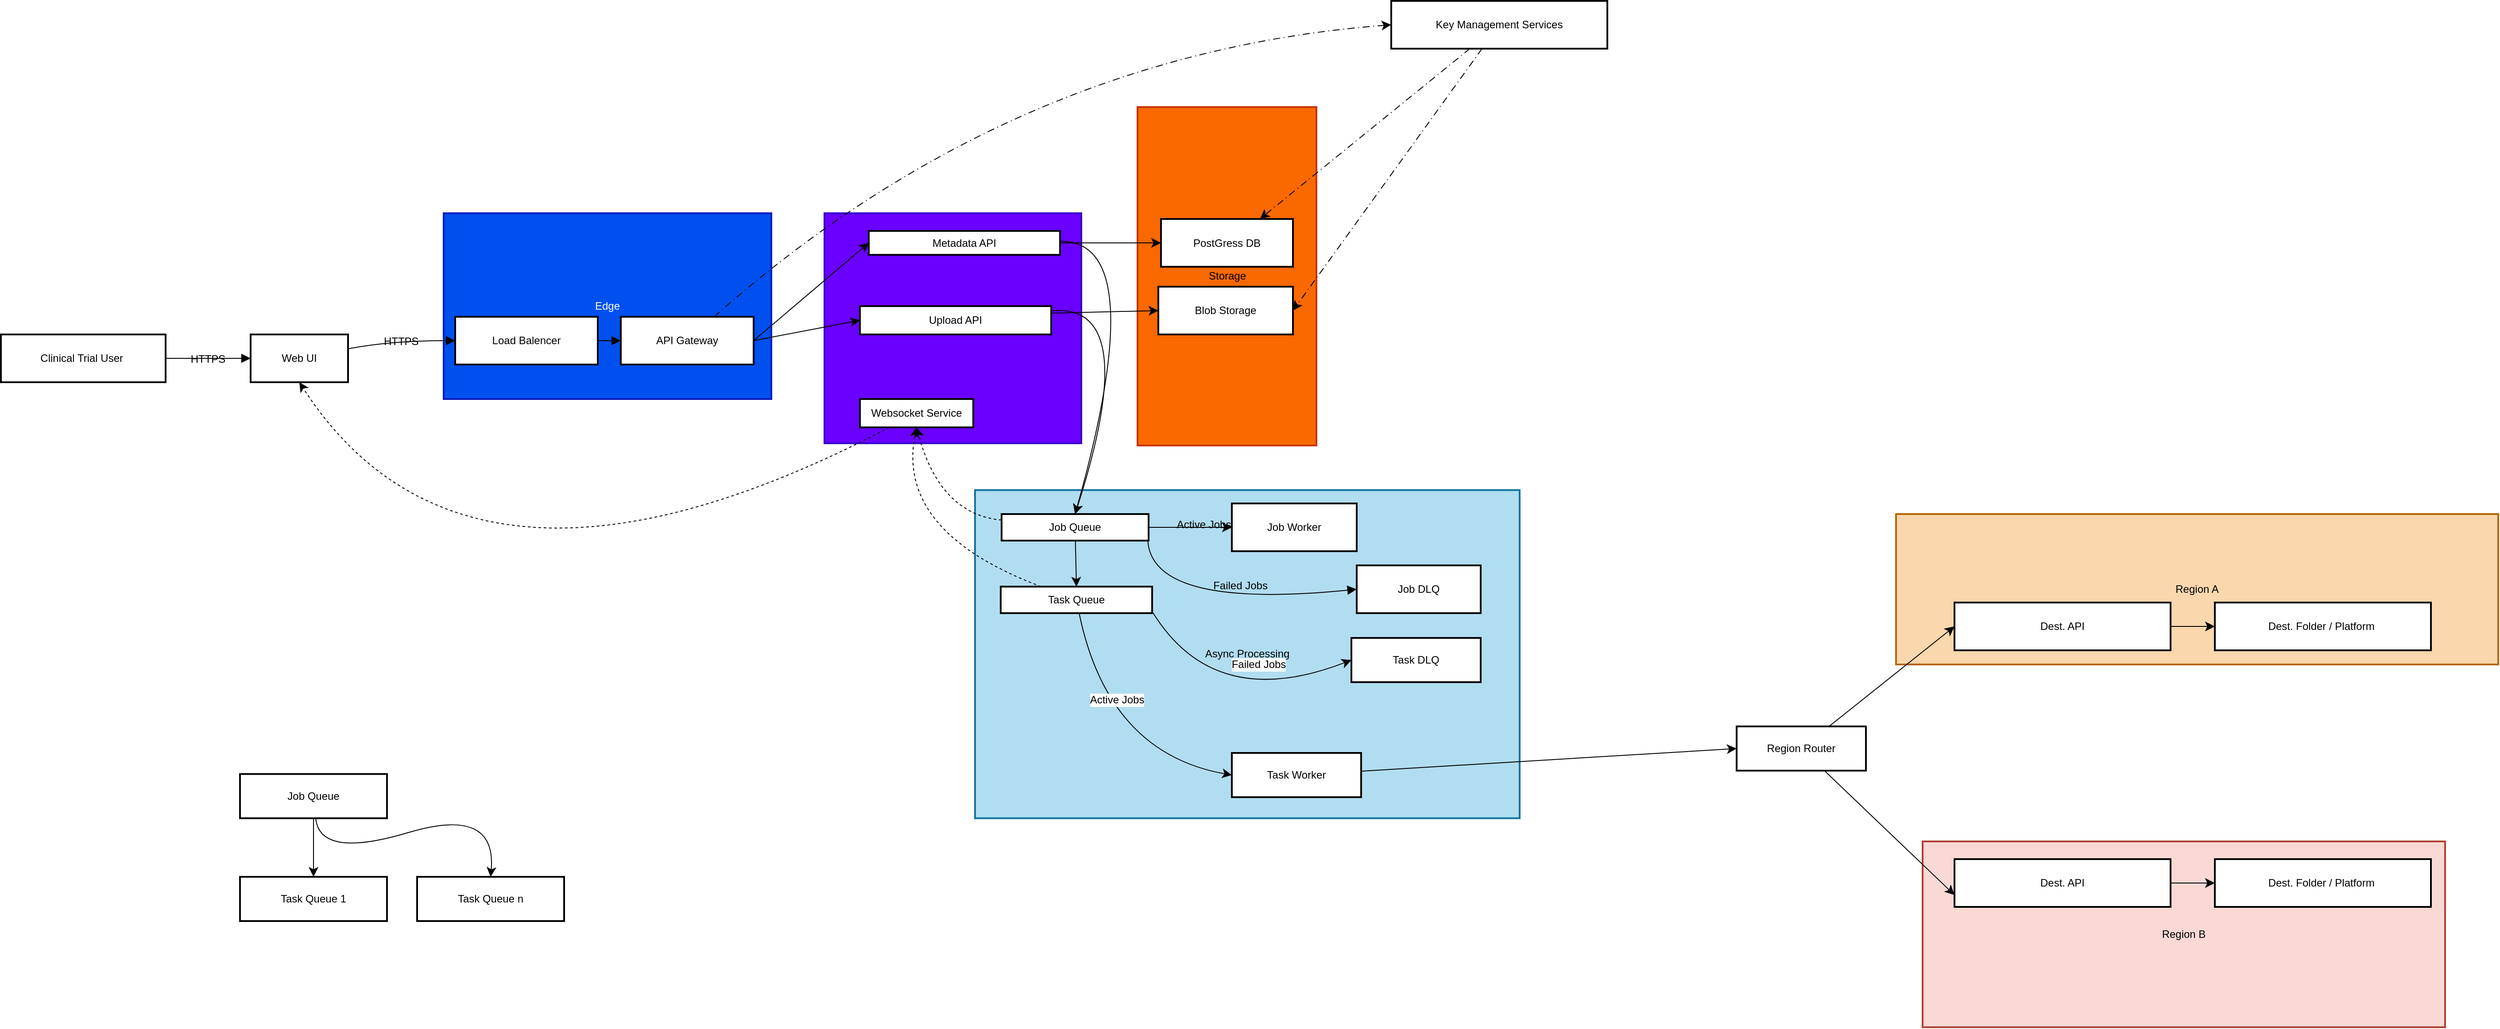
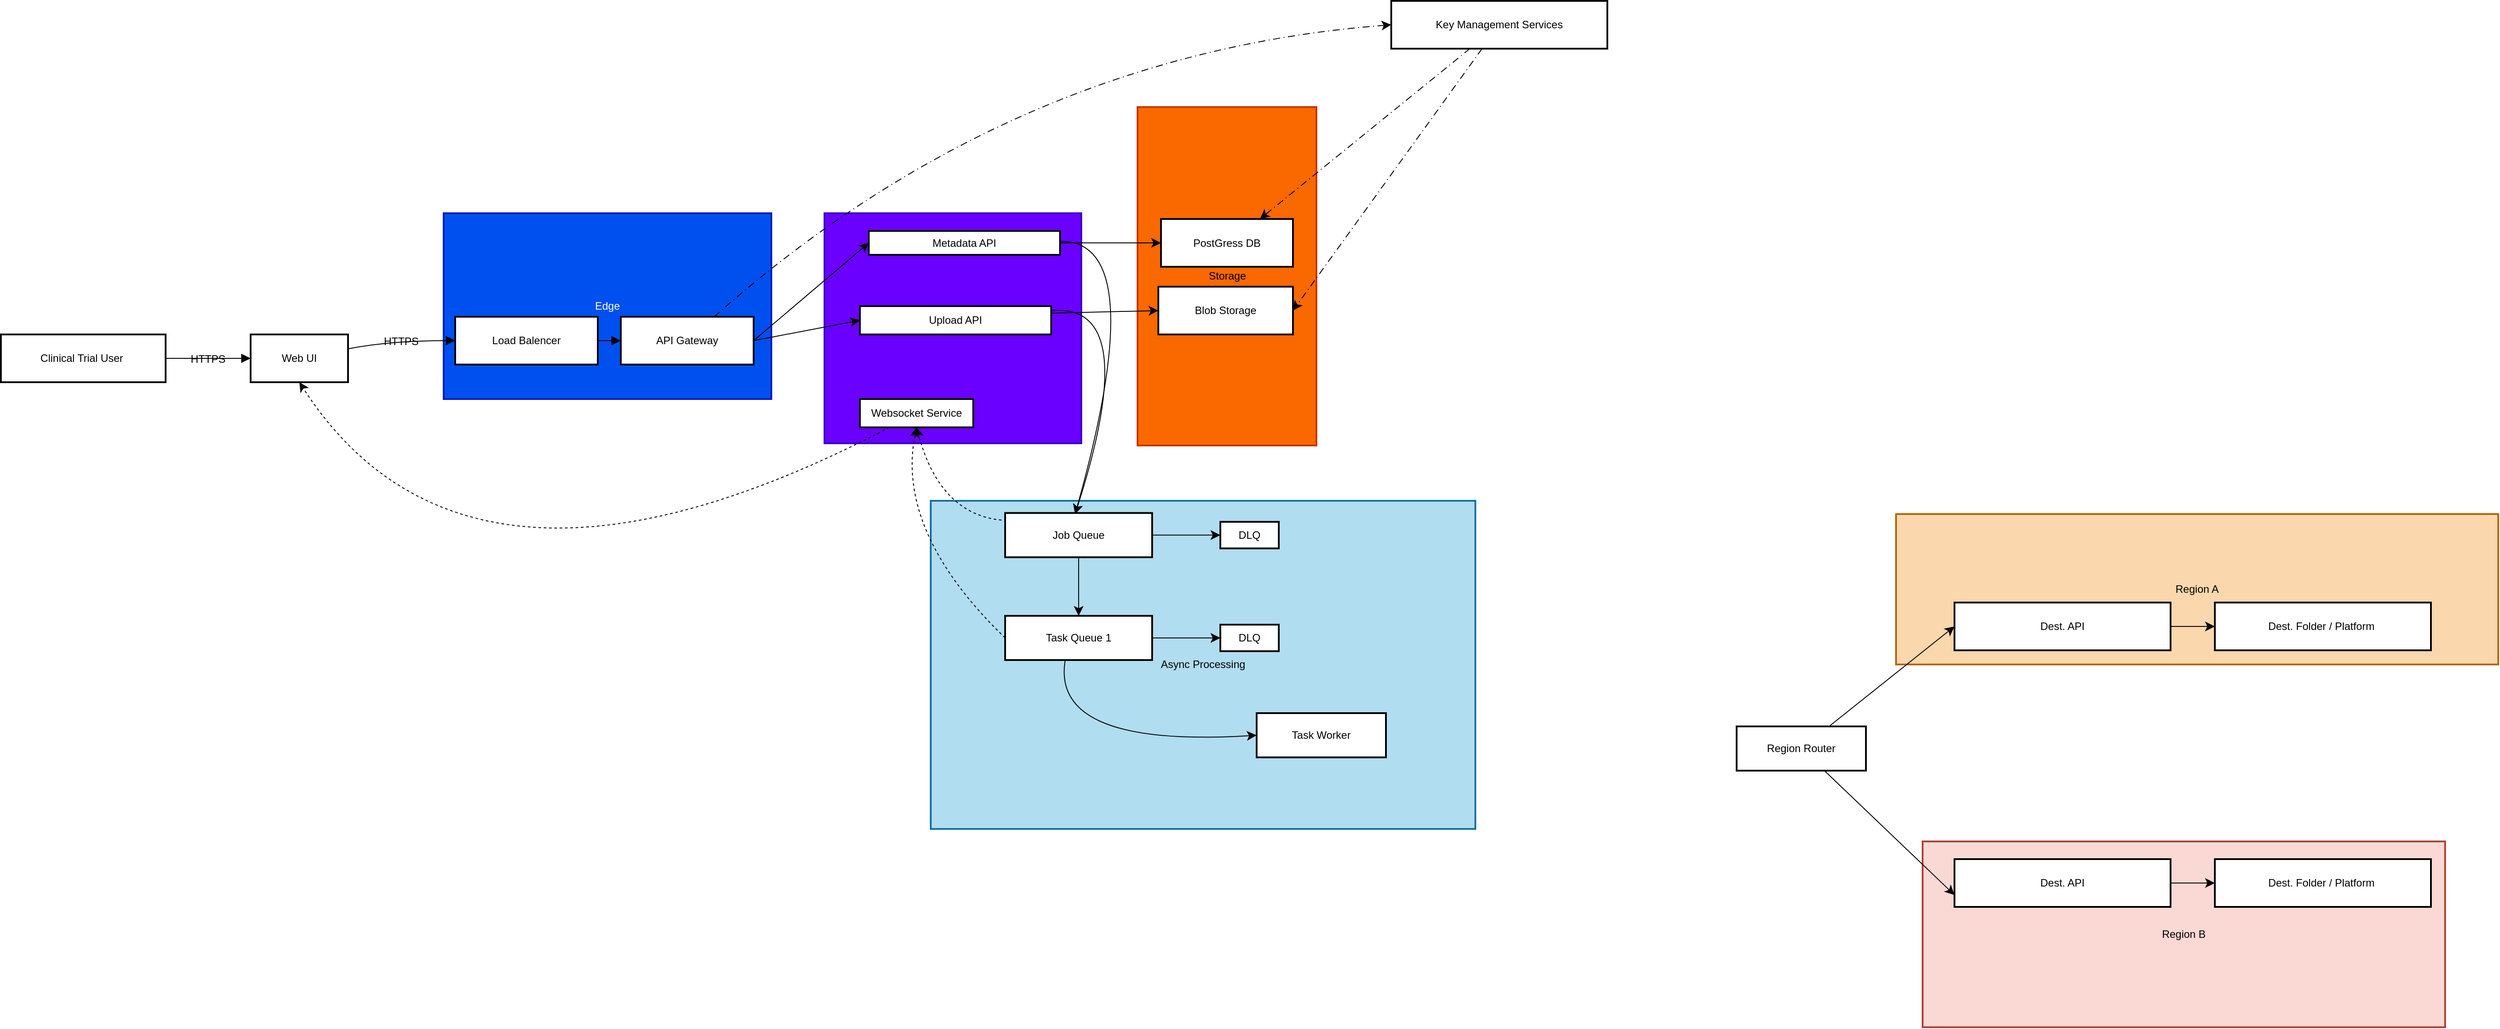
<mxfile host="app.diagrams.net">
  <diagram name="Overall-Diagram" id="Xauzskn0iYLa3f8TggF1">
-     <mxGraphModel dx="1400" dy="1882" grid="1" gridSize="10" guides="1" tooltips="1" connect="1" arrows="1" fold="1" page="1" pageScale="1" pageWidth="850" pageHeight="1100" background="none" math="0" shadow="0">
+     <mxGraphModel dx="1900" dy="2161" grid="1" gridSize="10" guides="1" tooltips="1" connect="1" arrows="1" fold="1" page="1" pageScale="1" pageWidth="850" pageHeight="1100" background="none" math="0" shadow="0">
      <root>
        <mxCell id="0" />
        <mxCell id="1" parent="0" />
        <mxCell id="tPvMw2njpGqdJi2HAjV1-28" parent="1" style="whiteSpace=wrap;strokeWidth=2;rounded=0;labelBackgroundColor=none;fillColor=#fad9d5;strokeColor=#ae4132;" value="Region B" vertex="1">
          <mxGeometry height="210" width="590" x="2270" y="750" as="geometry" />
        </mxCell>
        <mxCell id="tPvMw2njpGqdJi2HAjV1-27" parent="1" style="whiteSpace=wrap;strokeWidth=2;rounded=0;labelBackgroundColor=none;fillColor=#fad7ac;strokeColor=#b46504;" value="Region A" vertex="1">
          <mxGeometry height="170" width="680" x="2240" y="380" as="geometry" />
        </mxCell>
        <mxCell id="LGeiLnGPZ_kJypGg9XhN-2" parent="1" style="whiteSpace=wrap;strokeWidth=2;rounded=0;labelBackgroundColor=none;fillColor=#b1ddf0;strokeColor=#10739e;aspect=fixed;" value="Async Processing" vertex="1">
-           <mxGeometry height="370.92" width="614.97" x="1200" y="352.88" as="geometry" />
-         </mxCell>
-         <mxCell id="LGeiLnGPZ_kJypGg9XhN-39" edge="1" parent="1" source="LGeiLnGPZ_kJypGg9XhN-14" style="curved=1;startArrow=none;endArrow=block;exitX=1;exitY=0.5;entryX=0;entryY=0.5;rounded=0;fontSize=12;startSize=8;endSize=8;exitDx=0;exitDy=0;labelBackgroundColor=none;fontColor=default;" target="LGeiLnGPZ_kJypGg9XhN-21" value="Failed Jobs">
-           <mxGeometry relative="1" x="0.2549" y="18" as="geometry">
-             <mxPoint as="offset" />
-             <Array as="points">
-               <mxPoint x="1380" y="490" />
-             </Array>
-           </mxGeometry>
+           <mxGeometry height="370.92" width="614.97" x="1150" y="365" as="geometry" />
        </mxCell>
        <mxCell id="LGeiLnGPZ_kJypGg9XhN-4" parent="1" style="whiteSpace=wrap;strokeWidth=2;rounded=0;labelBackgroundColor=none;fillColor=#6a00ff;fontColor=#ffffff;strokeColor=#3700CC;" value="API Services" vertex="1">
          <mxGeometry height="260" width="290" x="1030" y="40" as="geometry" />
        </mxCell>
        <mxCell id="LGeiLnGPZ_kJypGg9XhN-3" parent="1" style="whiteSpace=wrap;strokeWidth=2;rounded=0;labelBackgroundColor=none;fillColor=#fa6800;fontColor=#000000;strokeColor=#C73500;" value="Storage" vertex="1">
          <mxGeometry height="382.5" width="202" x="1383.5" y="-80" as="geometry" />
        </mxCell>
        <mxCell id="LGeiLnGPZ_kJypGg9XhN-5" parent="1" style="whiteSpace=wrap;strokeWidth=2;rounded=0;labelBackgroundColor=none;fillColor=#0050ef;fontColor=#ffffff;strokeColor=#001DBC;" value="Edge" vertex="1">
          <mxGeometry height="210" width="370" x="600" y="40" as="geometry" />
        </mxCell>
        <mxCell id="LGeiLnGPZ_kJypGg9XhN-6" parent="1" style="whiteSpace=wrap;strokeWidth=2;rounded=0;labelBackgroundColor=none;" value="Clinical Trial User " vertex="1">
          <mxGeometry height="54" width="186" x="100" y="177" as="geometry" />
        </mxCell>
        <mxCell id="LGeiLnGPZ_kJypGg9XhN-7" parent="1" style="whiteSpace=wrap;strokeWidth=2;rounded=0;labelBackgroundColor=none;" value="Web UI" vertex="1">
          <mxGeometry height="54" width="110" x="382" y="177" as="geometry" />
        </mxCell>
        <mxCell id="LGeiLnGPZ_kJypGg9XhN-8" parent="1" style="whiteSpace=wrap;strokeWidth=2;rounded=0;labelBackgroundColor=none;" value="Load Balencer" vertex="1">
          <mxGeometry height="54" width="161" x="613" y="157" as="geometry" />
        </mxCell>
        <mxCell id="ijDLy2rUQYNMrnhEq9o_-15" edge="1" parent="1" source="LGeiLnGPZ_kJypGg9XhN-9" style="edgeStyle=none;curved=1;rounded=0;orthogonalLoop=1;jettySize=auto;html=1;fontSize=12;startSize=8;endSize=8;entryX=0;entryY=0.5;entryDx=0;entryDy=0;labelBackgroundColor=none;fontColor=default;exitX=1;exitY=0.5;exitDx=0;exitDy=0;" target="LGeiLnGPZ_kJypGg9XhN-10">
          <mxGeometry relative="1" as="geometry">
            <mxPoint x="1059.9999999999998" y="229.99999999999977" as="targetPoint" />
          </mxGeometry>
        </mxCell>
        <mxCell id="ijDLy2rUQYNMrnhEq9o_-17" edge="1" parent="1" source="LGeiLnGPZ_kJypGg9XhN-9" style="edgeStyle=none;curved=1;rounded=0;orthogonalLoop=1;jettySize=auto;html=1;entryX=0;entryY=0.5;entryDx=0;entryDy=0;fontSize=12;startSize=8;endSize=8;exitX=1;exitY=0.5;exitDx=0;exitDy=0;" target="LGeiLnGPZ_kJypGg9XhN-11">
          <mxGeometry relative="1" as="geometry">
            <mxPoint x="960" y="190" as="sourcePoint" />
          </mxGeometry>
        </mxCell>
        <mxCell id="tPvMw2njpGqdJi2HAjV1-17" edge="1" parent="1" source="LGeiLnGPZ_kJypGg9XhN-9" style="edgeStyle=none;curved=1;rounded=0;orthogonalLoop=1;jettySize=auto;html=1;entryX=0;entryY=0.5;entryDx=0;entryDy=0;fontSize=12;startSize=8;endSize=8;dashed=1;dashPattern=8 4 1 4;" target="LGeiLnGPZ_kJypGg9XhN-20">
          <mxGeometry relative="1" as="geometry">
            <Array as="points">
              <mxPoint x="1240" y="-140" />
            </Array>
          </mxGeometry>
        </mxCell>
        <mxCell id="LGeiLnGPZ_kJypGg9XhN-9" parent="1" style="whiteSpace=wrap;strokeWidth=2;rounded=0;labelBackgroundColor=none;" value="API Gateway" vertex="1">
          <mxGeometry height="54" width="150" x="800" y="157" as="geometry" />
        </mxCell>
        <mxCell id="ijDLy2rUQYNMrnhEq9o_-19" edge="1" parent="1" source="LGeiLnGPZ_kJypGg9XhN-10" style="edgeStyle=none;curved=1;rounded=0;orthogonalLoop=1;jettySize=auto;html=1;entryX=0;entryY=0.5;entryDx=0;entryDy=0;fontSize=12;startSize=8;endSize=8;exitX=1;exitY=0.5;exitDx=0;exitDy=0;" target="LGeiLnGPZ_kJypGg9XhN-12">
          <mxGeometry relative="1" as="geometry" />
        </mxCell>
-         <mxCell id="ZxT0anLmeUN1lRlBXtKW-1" edge="1" parent="1" source="LGeiLnGPZ_kJypGg9XhN-10" style="edgeStyle=none;curved=1;rounded=0;orthogonalLoop=1;jettySize=auto;html=1;entryX=0.5;entryY=0;entryDx=0;entryDy=0;fontSize=12;startSize=8;endSize=8;" target="LGeiLnGPZ_kJypGg9XhN-14">
+         <mxCell id="ZxT0anLmeUN1lRlBXtKW-1" edge="1" parent="1" source="LGeiLnGPZ_kJypGg9XhN-10" style="edgeStyle=none;curved=1;rounded=0;orthogonalLoop=1;jettySize=auto;html=1;entryX=0.5;entryY=0;entryDx=0;entryDy=0;fontSize=12;startSize=8;endSize=8;">
          <mxGeometry relative="1" as="geometry">
            <Array as="points">
              <mxPoint x="1400" y="70" />
            </Array>
+             <mxPoint x="1313" y="380" as="targetPoint" />
          </mxGeometry>
        </mxCell>
        <mxCell id="LGeiLnGPZ_kJypGg9XhN-10" parent="1" style="whiteSpace=wrap;strokeWidth=2;rounded=0;labelBackgroundColor=none;" value="Metadata API" vertex="1">
          <mxGeometry height="27" width="216" x="1080" y="60" as="geometry" />
        </mxCell>
        <mxCell id="ijDLy2rUQYNMrnhEq9o_-12" edge="1" parent="1" source="LGeiLnGPZ_kJypGg9XhN-11" style="edgeStyle=none;curved=1;rounded=0;orthogonalLoop=1;jettySize=auto;html=1;entryX=0;entryY=0.5;entryDx=0;entryDy=0;fontSize=12;startSize=8;endSize=8;exitX=1;exitY=0.25;exitDx=0;exitDy=0;labelBackgroundColor=none;fontColor=default;" target="LGeiLnGPZ_kJypGg9XhN-13">
          <mxGeometry relative="1" as="geometry" />
        </mxCell>
-         <mxCell id="ZxT0anLmeUN1lRlBXtKW-2" edge="1" parent="1" source="LGeiLnGPZ_kJypGg9XhN-11" style="edgeStyle=none;curved=1;rounded=0;orthogonalLoop=1;jettySize=auto;html=1;entryX=0.5;entryY=0;entryDx=0;entryDy=0;fontSize=12;startSize=8;endSize=8;" target="LGeiLnGPZ_kJypGg9XhN-14">
+         <mxCell id="ZxT0anLmeUN1lRlBXtKW-2" edge="1" parent="1" source="LGeiLnGPZ_kJypGg9XhN-11" style="edgeStyle=none;curved=1;rounded=0;orthogonalLoop=1;jettySize=auto;html=1;entryX=0.5;entryY=0;entryDx=0;entryDy=0;fontSize=12;startSize=8;endSize=8;">
          <mxGeometry relative="1" as="geometry">
            <Array as="points">
              <mxPoint x="1390" y="140" />
            </Array>
+             <mxPoint x="1313" y="380" as="targetPoint" />
          </mxGeometry>
        </mxCell>
        <mxCell id="LGeiLnGPZ_kJypGg9XhN-11" parent="1" style="whiteSpace=wrap;strokeWidth=2;rounded=0;labelBackgroundColor=none;" value="Upload API" vertex="1">
          <mxGeometry height="32" width="216" x="1070" y="145" as="geometry" />
        </mxCell>
-         <mxCell id="ijDLy2rUQYNMrnhEq9o_-5" edge="1" parent="1" source="LGeiLnGPZ_kJypGg9XhN-14" style="edgeStyle=none;curved=1;rounded=0;orthogonalLoop=1;jettySize=auto;html=1;entryX=0;entryY=0.5;entryDx=0;entryDy=0;fontSize=12;startSize=8;endSize=8;labelBackgroundColor=none;fontColor=default;" target="LGeiLnGPZ_kJypGg9XhN-16">
-           <mxGeometry relative="1" as="geometry" />
-         </mxCell>
-         <mxCell id="ijDLy2rUQYNMrnhEq9o_-6" connectable="0" parent="ijDLy2rUQYNMrnhEq9o_-5" style="edgeLabel;html=1;align=center;verticalAlign=middle;resizable=0;points=[];fontSize=12;rounded=0;labelBackgroundColor=none;" value="Active Jobs" vertex="1">
-           <mxGeometry relative="1" x="0.3104" y="3" as="geometry">
-             <mxPoint as="offset" />
-           </mxGeometry>
-         </mxCell>
-         <mxCell id="ijDLy2rUQYNMrnhEq9o_-9" edge="1" parent="1" source="LGeiLnGPZ_kJypGg9XhN-14" style="edgeStyle=none;curved=1;rounded=0;orthogonalLoop=1;jettySize=auto;html=1;entryX=0.5;entryY=0;entryDx=0;entryDy=0;fontSize=12;startSize=8;endSize=8;labelBackgroundColor=none;fontColor=default;" target="LGeiLnGPZ_kJypGg9XhN-15">
-           <mxGeometry relative="1" as="geometry" />
-         </mxCell>
-         <mxCell id="tPvMw2njpGqdJi2HAjV1-2" edge="1" parent="1" source="LGeiLnGPZ_kJypGg9XhN-14" style="edgeStyle=none;curved=1;rounded=0;orthogonalLoop=1;jettySize=auto;html=1;fontSize=12;startSize=8;endSize=8;entryX=0.5;entryY=1;entryDx=0;entryDy=0;dashed=1;" target="LGeiLnGPZ_kJypGg9XhN-18">
+         <mxCell id="tPvMw2njpGqdJi2HAjV1-2" edge="1" parent="1" style="edgeStyle=none;curved=1;rounded=0;orthogonalLoop=1;jettySize=auto;html=1;fontSize=12;startSize=8;endSize=8;entryX=0.5;entryY=1;entryDx=0;entryDy=0;dashed=1;" target="LGeiLnGPZ_kJypGg9XhN-18">
          <mxGeometry relative="1" as="geometry">
            <Array as="points">
              <mxPoint x="1160" y="380" />
            </Array>
+             <mxPoint x="1230" y="386.8627450980389" as="sourcePoint" />
            <mxPoint x="1150" y="490" as="targetPoint" />
          </mxGeometry>
        </mxCell>
-         <mxCell id="LGeiLnGPZ_kJypGg9XhN-14" parent="1" style="whiteSpace=wrap;strokeWidth=2;rounded=0;labelBackgroundColor=none;" value="Job Queue" vertex="1">
-           <mxGeometry height="30" width="166" x="1230" y="380" as="geometry" />
-         </mxCell>
-         <mxCell id="tPvMw2njpGqdJi2HAjV1-1" edge="1" parent="1" style="edgeStyle=none;curved=1;rounded=0;orthogonalLoop=1;jettySize=auto;html=1;entryX=0;entryY=0.5;entryDx=0;entryDy=0;fontSize=12;startSize=8;endSize=8;" target="LGeiLnGPZ_kJypGg9XhN-22" value="Failed Jobs">
-           <mxGeometry relative="1" x="0.337" y="33" as="geometry">
-             <mxPoint as="offset" />
-             <Array as="points">
-               <mxPoint x="1470" y="605" />
-             </Array>
-             <mxPoint x="1400" y="490" as="sourcePoint" />
-           </mxGeometry>
-         </mxCell>
-         <mxCell id="tPvMw2njpGqdJi2HAjV1-22" edge="1" parent="1" source="LGeiLnGPZ_kJypGg9XhN-15" style="edgeStyle=none;curved=1;rounded=0;orthogonalLoop=1;jettySize=auto;html=1;entryX=0;entryY=0.5;entryDx=0;entryDy=0;fontSize=12;startSize=8;endSize=8;" target="LGeiLnGPZ_kJypGg9XhN-17" value="Active Jobs">
-           <mxGeometry relative="1" x="-0.3112" y="22" as="geometry">
-             <mxPoint as="offset" />
-             <Array as="points">
-               <mxPoint x="1350" y="650" />
-             </Array>
-           </mxGeometry>
-         </mxCell>
-         <mxCell id="tPvMw2njpGqdJi2HAjV1-30" edge="1" parent="1" source="LGeiLnGPZ_kJypGg9XhN-15" style="edgeStyle=none;curved=1;rounded=0;orthogonalLoop=1;jettySize=auto;html=1;entryX=0.5;entryY=1;entryDx=0;entryDy=0;fontSize=12;startSize=8;endSize=8;dashed=1;" target="LGeiLnGPZ_kJypGg9XhN-18">
+         <mxCell id="tPvMw2njpGqdJi2HAjV1-30" edge="1" parent="1" source="ZxT0anLmeUN1lRlBXtKW-4" style="edgeStyle=none;curved=1;rounded=0;orthogonalLoop=1;jettySize=auto;html=1;entryX=0.5;entryY=1;entryDx=0;entryDy=0;fontSize=12;startSize=8;endSize=8;dashed=1;exitX=0;exitY=0.5;exitDx=0;exitDy=0;" target="LGeiLnGPZ_kJypGg9XhN-18">
          <mxGeometry relative="1" as="geometry">
            <Array as="points">
              <mxPoint x="1110" y="400" />
            </Array>
-           </mxGeometry>
-         </mxCell>
-         <mxCell id="LGeiLnGPZ_kJypGg9XhN-15" parent="1" style="whiteSpace=wrap;strokeWidth=2;rounded=0;labelBackgroundColor=none;" value="Task Queue" vertex="1">
-           <mxGeometry height="30" width="171" x="1229" y="462" as="geometry" />
-         </mxCell>
-         <mxCell id="LGeiLnGPZ_kJypGg9XhN-16" parent="1" style="whiteSpace=wrap;strokeWidth=2;rounded=0;labelBackgroundColor=none;" value="Job Worker" vertex="1">
-           <mxGeometry height="54" width="141" x="1490" y="368" as="geometry" />
-         </mxCell>
-         <mxCell id="tPvMw2njpGqdJi2HAjV1-11" edge="1" parent="1" source="LGeiLnGPZ_kJypGg9XhN-17" style="edgeStyle=none;curved=1;rounded=0;orthogonalLoop=1;jettySize=auto;html=1;entryX=0;entryY=0.5;entryDx=0;entryDy=0;fontSize=12;startSize=8;endSize=8;" target="tPvMw2njpGqdJi2HAjV1-6">
-           <mxGeometry relative="1" as="geometry" />
-         </mxCell>
-         <mxCell id="LGeiLnGPZ_kJypGg9XhN-17" parent="1" style="whiteSpace=wrap;strokeWidth=2;rounded=0;labelBackgroundColor=none;" value="Task Worker" vertex="1">
-           <mxGeometry height="50" width="146" x="1490" y="650" as="geometry" />
+             <mxPoint x="1274.6623376623374" y="462" as="sourcePoint" />
+           </mxGeometry>
        </mxCell>
        <mxCell id="tPvMw2njpGqdJi2HAjV1-18" edge="1" parent="1" source="LGeiLnGPZ_kJypGg9XhN-20" style="edgeStyle=none;curved=1;rounded=0;orthogonalLoop=1;jettySize=auto;html=1;entryX=0.75;entryY=0;entryDx=0;entryDy=0;fontSize=12;startSize=8;endSize=8;dashed=1;dashPattern=8 4 1 4;" target="LGeiLnGPZ_kJypGg9XhN-12">
          <mxGeometry relative="1" as="geometry" />
        </mxCell>
        <mxCell id="tPvMw2njpGqdJi2HAjV1-19" edge="1" parent="1" source="LGeiLnGPZ_kJypGg9XhN-20" style="edgeStyle=none;curved=1;rounded=0;orthogonalLoop=1;jettySize=auto;html=1;entryX=1;entryY=0.5;entryDx=0;entryDy=0;fontSize=12;startSize=8;endSize=8;dashed=1;dashPattern=8 4 1 4;" target="LGeiLnGPZ_kJypGg9XhN-13">
          <mxGeometry relative="1" as="geometry" />
        </mxCell>
        <mxCell id="LGeiLnGPZ_kJypGg9XhN-20" parent="1" style="whiteSpace=wrap;strokeWidth=2;rounded=0;labelBackgroundColor=none;" value="Key Management Services" vertex="1">
          <mxGeometry height="54" width="244" x="1670" y="-200" as="geometry" />
        </mxCell>
-         <mxCell id="LGeiLnGPZ_kJypGg9XhN-21" parent="1" style="whiteSpace=wrap;strokeWidth=2;rounded=0;labelBackgroundColor=none;" value="Job DLQ" vertex="1">
-           <mxGeometry height="54" width="140" x="1631" y="438" as="geometry" />
-         </mxCell>
-         <mxCell id="LGeiLnGPZ_kJypGg9XhN-22" parent="1" style="whiteSpace=wrap;strokeWidth=2;rounded=0;labelBackgroundColor=none;" value="Task DLQ" vertex="1">
-           <mxGeometry height="50" width="146" x="1625" y="520" as="geometry" />
-         </mxCell>
        <mxCell id="LGeiLnGPZ_kJypGg9XhN-23" edge="1" parent="1" source="LGeiLnGPZ_kJypGg9XhN-6" style="curved=1;startArrow=none;endArrow=block;exitX=1;exitY=0.5;entryX=0;entryY=0.5;rounded=0;fontSize=12;startSize=8;endSize=8;labelBackgroundColor=none;fontColor=default;" target="LGeiLnGPZ_kJypGg9XhN-7" value="HTTPS">
          <mxGeometry relative="1" as="geometry">
            <Array as="points" />
          </mxGeometry>
        </mxCell>
        <mxCell id="LGeiLnGPZ_kJypGg9XhN-24" edge="1" parent="1" source="LGeiLnGPZ_kJypGg9XhN-7" style="curved=1;startArrow=none;endArrow=block;exitX=1;exitY=0.3;entryX=0;entryY=0.5;rounded=0;fontSize=12;startSize=8;endSize=8;labelBackgroundColor=none;fontColor=default;" target="LGeiLnGPZ_kJypGg9XhN-8" value="HTTPS">
          <mxGeometry relative="1" as="geometry">
            <Array as="points">
              <mxPoint x="540" y="184" />
            </Array>
          </mxGeometry>
        </mxCell>
        <mxCell id="LGeiLnGPZ_kJypGg9XhN-35" edge="1" parent="1" source="LGeiLnGPZ_kJypGg9XhN-8" style="curved=1;startArrow=none;endArrow=block;exitX=1;exitY=0.5;entryX=0;entryY=0.5;rounded=0;fontSize=12;startSize=8;endSize=8;labelBackgroundColor=none;fontColor=default;" target="LGeiLnGPZ_kJypGg9XhN-9" value="">
          <mxGeometry relative="1" as="geometry">
            <Array as="points" />
          </mxGeometry>
        </mxCell>
        <mxCell id="tPvMw2njpGqdJi2HAjV1-29" edge="1" parent="1" source="LGeiLnGPZ_kJypGg9XhN-18" style="edgeStyle=none;curved=1;rounded=0;orthogonalLoop=1;jettySize=auto;html=1;entryX=0.5;entryY=1;entryDx=0;entryDy=0;fontSize=12;startSize=8;endSize=8;dashed=1;" target="LGeiLnGPZ_kJypGg9XhN-7">
          <mxGeometry relative="1" as="geometry">
            <Array as="points">
              <mxPoint x="630" y="530" />
            </Array>
          </mxGeometry>
        </mxCell>
        <mxCell id="LGeiLnGPZ_kJypGg9XhN-18" parent="1" style="whiteSpace=wrap;strokeWidth=2;rounded=0;labelBackgroundColor=none;" value="Websocket Service" vertex="1">
          <mxGeometry height="32" width="128" x="1070" y="250" as="geometry" />
        </mxCell>
        <mxCell id="LGeiLnGPZ_kJypGg9XhN-13" parent="1" style="whiteSpace=wrap;strokeWidth=2;rounded=0;labelBackgroundColor=none;" value="Blob Storage" vertex="1">
          <mxGeometry height="54" width="152" x="1407" y="123" as="geometry" />
        </mxCell>
        <mxCell id="LGeiLnGPZ_kJypGg9XhN-12" parent="1" style="whiteSpace=wrap;strokeWidth=2;rounded=0;labelBackgroundColor=none;" value="PostGress DB" vertex="1">
          <mxGeometry height="54" width="149" x="1410" y="46.5" as="geometry" />
        </mxCell>
        <mxCell id="tPvMw2njpGqdJi2HAjV1-12" edge="1" parent="1" source="tPvMw2njpGqdJi2HAjV1-6" style="edgeStyle=none;curved=1;rounded=0;orthogonalLoop=1;jettySize=auto;html=1;entryX=0;entryY=0.5;entryDx=0;entryDy=0;fontSize=12;startSize=8;endSize=8;" target="tPvMw2njpGqdJi2HAjV1-8">
          <mxGeometry relative="1" as="geometry" />
        </mxCell>
        <mxCell id="tPvMw2njpGqdJi2HAjV1-13" edge="1" parent="1" source="tPvMw2njpGqdJi2HAjV1-6" style="edgeStyle=none;curved=1;rounded=0;orthogonalLoop=1;jettySize=auto;html=1;entryX=0;entryY=0.75;entryDx=0;entryDy=0;fontSize=12;startSize=8;endSize=8;" target="tPvMw2njpGqdJi2HAjV1-10">
          <mxGeometry relative="1" as="geometry" />
        </mxCell>
        <mxCell id="tPvMw2njpGqdJi2HAjV1-6" parent="1" style="whiteSpace=wrap;strokeWidth=2;rounded=0;labelBackgroundColor=none;" value="Region Router" vertex="1">
          <mxGeometry height="50" width="146" x="2060" y="620" as="geometry" />
        </mxCell>
        <mxCell id="tPvMw2njpGqdJi2HAjV1-7" parent="1" style="whiteSpace=wrap;strokeWidth=2;rounded=0;labelBackgroundColor=none;" value="Dest. Folder / Platform " vertex="1">
          <mxGeometry height="54" width="244" x="2600" y="480" as="geometry" />
        </mxCell>
        <mxCell id="tPvMw2njpGqdJi2HAjV1-15" edge="1" parent="1" source="tPvMw2njpGqdJi2HAjV1-8" style="edgeStyle=none;curved=1;rounded=0;orthogonalLoop=1;jettySize=auto;html=1;fontSize=12;startSize=8;endSize=8;" target="tPvMw2njpGqdJi2HAjV1-7" value="">
          <mxGeometry relative="1" as="geometry" />
        </mxCell>
        <mxCell id="tPvMw2njpGqdJi2HAjV1-8" parent="1" style="whiteSpace=wrap;strokeWidth=2;rounded=0;labelBackgroundColor=none;" value="Dest. API" vertex="1">
          <mxGeometry height="54" width="244" x="2306" y="480" as="geometry" />
        </mxCell>
        <mxCell id="tPvMw2njpGqdJi2HAjV1-9" parent="1" style="whiteSpace=wrap;strokeWidth=2;rounded=0;labelBackgroundColor=none;" value="Dest. Folder / Platform " vertex="1">
          <mxGeometry height="54" width="244" x="2600" y="770" as="geometry" />
        </mxCell>
        <mxCell id="tPvMw2njpGqdJi2HAjV1-16" edge="1" parent="1" source="tPvMw2njpGqdJi2HAjV1-10" style="edgeStyle=none;curved=1;rounded=0;orthogonalLoop=1;jettySize=auto;html=1;fontSize=12;startSize=8;endSize=8;" target="tPvMw2njpGqdJi2HAjV1-9" value="">
          <mxGeometry relative="1" as="geometry" />
        </mxCell>
        <mxCell id="tPvMw2njpGqdJi2HAjV1-10" parent="1" style="whiteSpace=wrap;strokeWidth=2;rounded=0;labelBackgroundColor=none;" value="Dest. API" vertex="1">
          <mxGeometry height="54" width="244" x="2306" y="770" as="geometry" />
        </mxCell>
        <mxCell id="ZxT0anLmeUN1lRlBXtKW-5" edge="1" parent="1" source="ZxT0anLmeUN1lRlBXtKW-3" style="edgeStyle=none;curved=1;rounded=0;orthogonalLoop=1;jettySize=auto;html=1;fontSize=12;startSize=8;endSize=8;" target="ZxT0anLmeUN1lRlBXtKW-4" value="">
          <mxGeometry relative="1" as="geometry" />
        </mxCell>
-         <mxCell id="ZxT0anLmeUN1lRlBXtKW-8" edge="1" parent="1" source="ZxT0anLmeUN1lRlBXtKW-3" style="edgeStyle=none;curved=1;rounded=0;orthogonalLoop=1;jettySize=auto;html=1;entryX=0.5;entryY=0;entryDx=0;entryDy=0;fontSize=12;startSize=8;endSize=8;" target="ZxT0anLmeUN1lRlBXtKW-6">
-           <mxGeometry relative="1" as="geometry">
-             <Array as="points">
-               <mxPoint x="460" y="770" />
-               <mxPoint x="660" y="710" />
-             </Array>
-           </mxGeometry>
+         <mxCell id="ZxT0anLmeUN1lRlBXtKW-52" edge="1" parent="1" source="ZxT0anLmeUN1lRlBXtKW-3" style="edgeStyle=none;curved=1;rounded=0;orthogonalLoop=1;jettySize=auto;html=1;fontSize=12;startSize=8;endSize=8;" target="ZxT0anLmeUN1lRlBXtKW-9" value="">
+           <mxGeometry relative="1" as="geometry" />
        </mxCell>
        <mxCell id="ZxT0anLmeUN1lRlBXtKW-3" parent="1" style="whiteSpace=wrap;strokeWidth=2;rounded=0;labelBackgroundColor=none;" value="Job Queue" vertex="1">
-           <mxGeometry height="50" width="166" x="370" y="673.8" as="geometry" />
+           <mxGeometry height="50" width="166" x="1234" y="378.79999999999995" as="geometry" />
+         </mxCell>
+         <mxCell id="ZxT0anLmeUN1lRlBXtKW-21" edge="1" parent="1" source="ZxT0anLmeUN1lRlBXtKW-4" style="edgeStyle=none;curved=1;rounded=0;orthogonalLoop=1;jettySize=auto;html=1;fontSize=12;startSize=8;endSize=8;" target="ZxT0anLmeUN1lRlBXtKW-11" value="">
+           <mxGeometry relative="1" as="geometry" />
+         </mxCell>
+         <mxCell id="ZxT0anLmeUN1lRlBXtKW-54" edge="1" parent="1" source="ZxT0anLmeUN1lRlBXtKW-4" style="edgeStyle=none;curved=1;rounded=0;orthogonalLoop=1;jettySize=auto;html=1;entryX=0;entryY=0.5;entryDx=0;entryDy=0;fontSize=12;startSize=8;endSize=8;exitX=0.422;exitY=0.8;exitDx=0;exitDy=0;exitPerimeter=0;" target="ZxT0anLmeUN1lRlBXtKW-53">
+           <mxGeometry relative="1" as="geometry">
+             <Array as="points">
+               <mxPoint x="1274" y="645" />
+             </Array>
+           </mxGeometry>
        </mxCell>
        <mxCell id="ZxT0anLmeUN1lRlBXtKW-4" parent="1" style="whiteSpace=wrap;strokeWidth=2;rounded=0;labelBackgroundColor=none;" value="Task Queue 1" vertex="1">
-           <mxGeometry height="50" width="166" x="370" y="790" as="geometry" />
-         </mxCell>
-         <mxCell id="ZxT0anLmeUN1lRlBXtKW-6" parent="1" style="whiteSpace=wrap;strokeWidth=2;rounded=0;labelBackgroundColor=none;" value="Task Queue n" vertex="1">
-           <mxGeometry height="50" width="166" x="570" y="790" as="geometry" />
+           <mxGeometry height="50" width="166" x="1234" y="495" as="geometry" />
+         </mxCell>
+         <mxCell id="ZxT0anLmeUN1lRlBXtKW-9" parent="1" style="whiteSpace=wrap;strokeWidth=2;rounded=0;labelBackgroundColor=none;" value="DLQ" vertex="1">
+           <mxGeometry height="30" width="66" x="1477" y="388.79999999999995" as="geometry" />
+         </mxCell>
+         <mxCell id="ZxT0anLmeUN1lRlBXtKW-11" parent="1" style="whiteSpace=wrap;strokeWidth=2;rounded=0;labelBackgroundColor=none;" value="DLQ" vertex="1">
+           <mxGeometry height="30" width="66" x="1477" y="505" as="geometry" />
+         </mxCell>
+         <mxCell id="ZxT0anLmeUN1lRlBXtKW-53" parent="1" style="whiteSpace=wrap;strokeWidth=2;rounded=0;labelBackgroundColor=none;" value="Task Worker" vertex="1">
+           <mxGeometry height="50" width="146" x="1518" y="605" as="geometry" />
        </mxCell>
      </root>
    </mxGraphModel>
  </diagram>
</mxfile>
